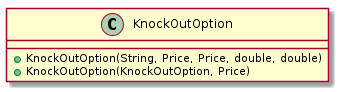
swillrich/eimma keeps this PlantUML diagram as elmma/elmma-model/diagrams/de.elmma.model.KnockOutOption.png. Above is the earlier version. The source it was exported from:
```plantuml
@startuml

    class KnockOutOption {
        [[../../../de/elmma/model/KnockOutOption.html]]
        +KnockOutOption(String, Price, Price, double, double)
        +KnockOutOption(KnockOutOption, Price)
    }

@enduml
```
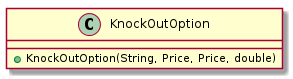
The same diagram one commit later.

Change to the diagram source:
```diff
@@ -2,8 +2,7 @@
 
     class KnockOutOption {
         [[../../../de/elmma/model/KnockOutOption.html]]
-        +KnockOutOption(String, Price, Price, double, double)
-        +KnockOutOption(KnockOutOption, Price)
+        +KnockOutOption(String, Price, Price, double)
     }
 
 @enduml
```
